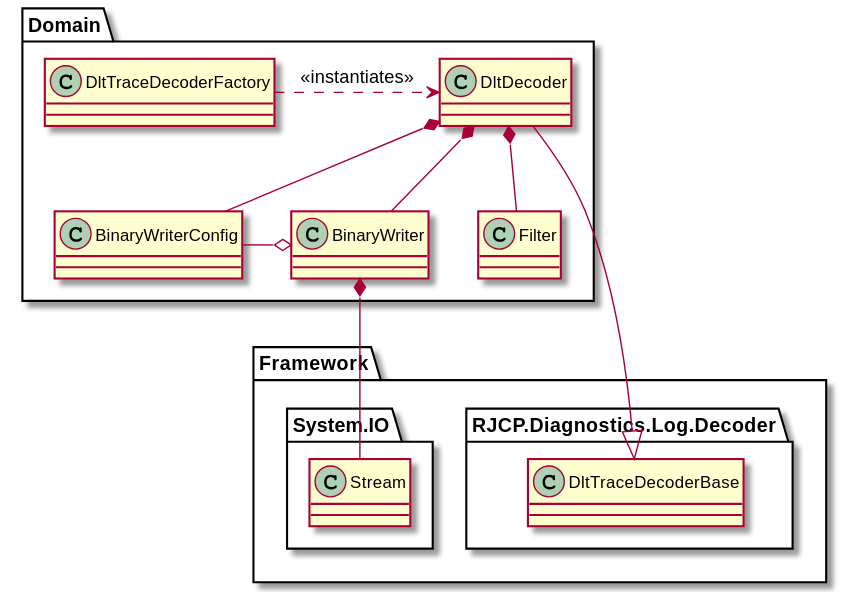
The PlantUML diagram apps/DltDump/docs/out/diagrams/domaindecoder/Domain.Decoder.Writer.svg in jcurl/RJCP.DLL.Log, before a commit. Source of this version:
```plantuml
@startuml Domain.Decoder.Writer

namespace Domain {
  class DltTraceDecoderFactory
  class DltDecoder
  class BinaryWriter
  class Filter
  class BinaryWriterConfig

  DltTraceDecoderFactory .r.> DltDecoder : <<instantiates>>
  DltDecoder *-d- Filter
  DltDecoder *-d- BinaryWriter
  DltDecoder *-d- BinaryWriterConfig

  BinaryWriterConfig -r-o BinaryWriter
}

namespace Framework {
    namespace System.IO {
        class Stream
    }

    namespace RJCP.Diagnostics.Log.Decoder {
        class DltTraceDecoderBase
    }

    Domain.BinaryWriter *-- System.IO.Stream
    Domain.DltDecoder --|> RJCP.Diagnostics.Log.Decoder.DltTraceDecoderBase
}
@enduml
```
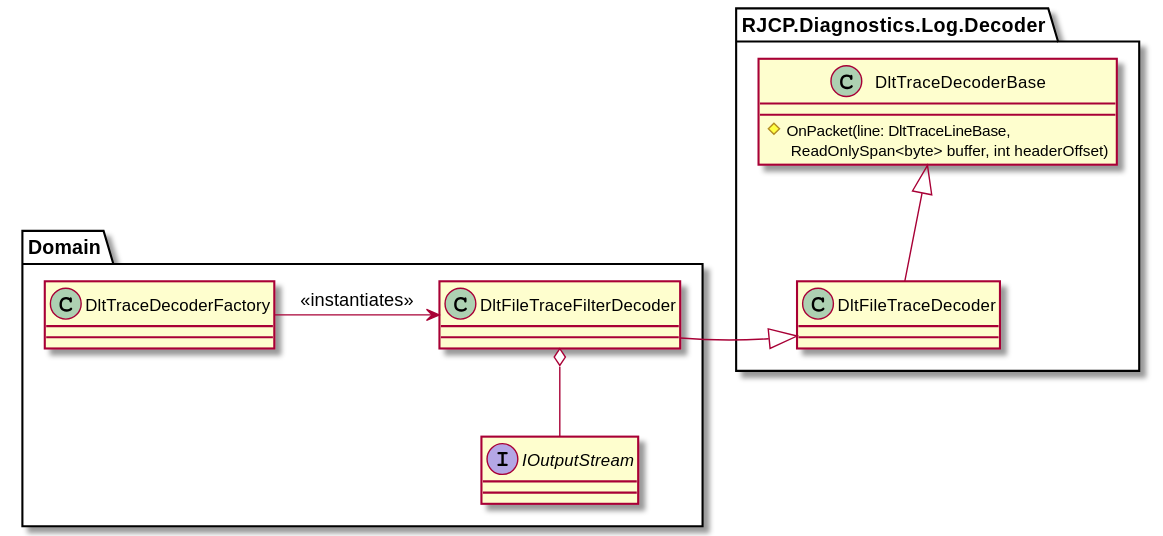
After the change.

Diff of the diagram source:
```diff
@@ -2,29 +2,21 @@
 
 namespace Domain {
   class DltTraceDecoderFactory
-  class DltDecoder
-  class BinaryWriter
-  class Filter
-  class BinaryWriterConfig
+  interface IOutputStream
 
-  DltTraceDecoderFactory .r.> DltDecoder : <<instantiates>>
-  DltDecoder *-d- Filter
-  DltDecoder *-d- BinaryWriter
-  DltDecoder *-d- BinaryWriterConfig
+  DltTraceDecoderFactory -r-> DltFileTraceFilterDecoder : <<instantiates>>
 
-  BinaryWriterConfig -r-o BinaryWriter
+  class DltFileTraceFilterDecoder
+  DltFileTraceFilterDecoder -r-|> RJCP.Diagnostics.Log.Decoder.DltFileTraceDecoder
+  DltFileTraceFilterDecoder o-d- IOutputStream
 }
 
-namespace Framework {
-    namespace System.IO {
-        class Stream
+namespace RJCP.Diagnostics.Log.Decoder {
+    class DltTraceDecoderBase {
+        #OnPacket(line: DltTraceLineBase,\n ReadOnlySpan<byte> buffer, int headerOffset)
     }
+    class DltFileTraceDecoder
+   DltTraceDecoderBase <|-d- DltFileTraceDecoder
+}
 
-    namespace RJCP.Diagnostics.Log.Decoder {
-        class DltTraceDecoderBase
-    }
-
-    Domain.BinaryWriter *-- System.IO.Stream
-    Domain.DltDecoder --|> RJCP.Diagnostics.Log.Decoder.DltTraceDecoderBase
-}
 @enduml
```
